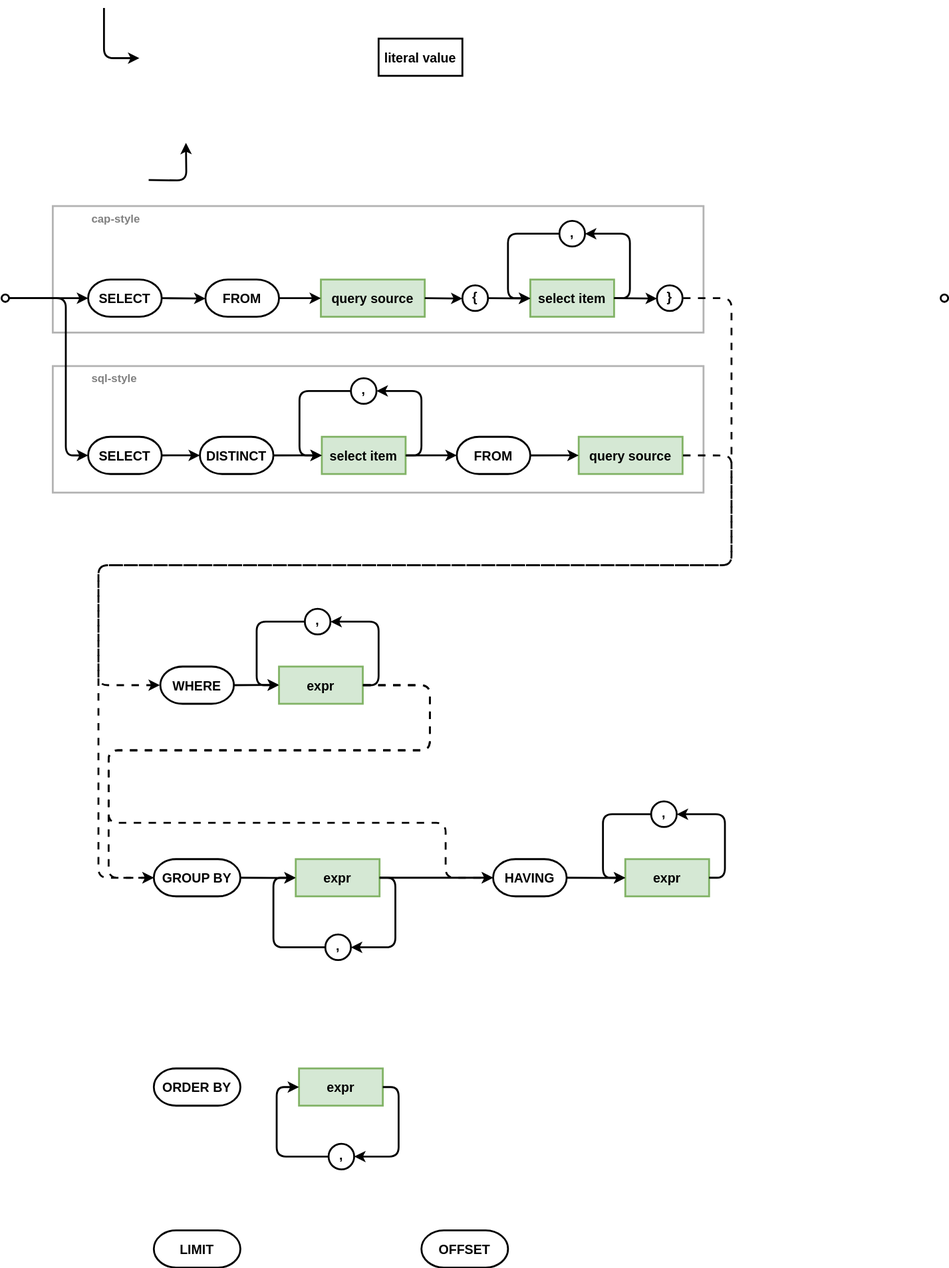
Earlier version of the draw.io export cds/assets/cql/select.drawio.svg (capire/docs). Source tidied: cells renumbered, new cells last; positions are measured from the earlier drawing's top-left corner, leaving out a move shared by most shapes.
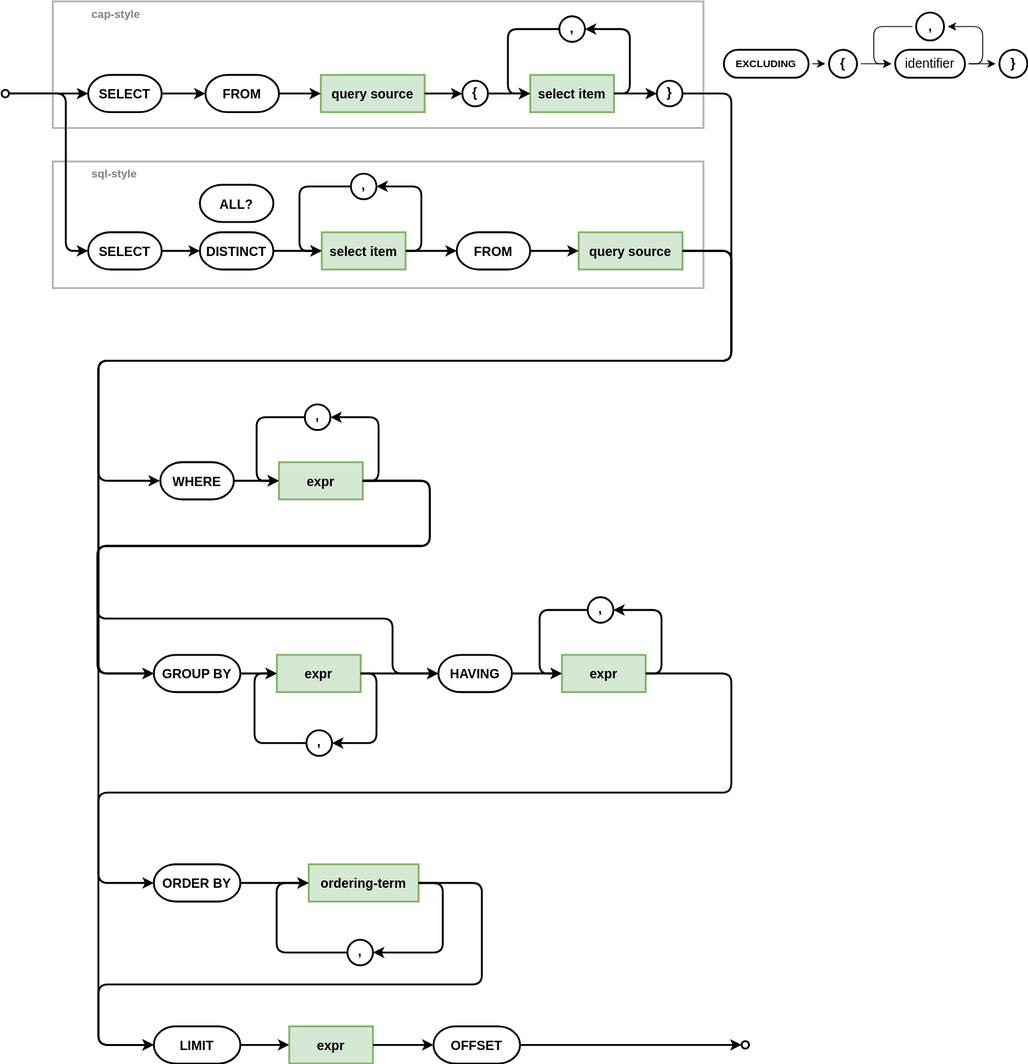
The same file after the commit.

Commit message:
select item and projection diagrams

Diff of the diagram source:
```diff
@@ -14,7 +14,4 @@
     <mxCell id="5" style="ellipse;textDirection=ltr;verticalAlign=middle;spacing=2;strokeWidth=2;fontSize=14;fontStyle=1;horizontal=1;labelBorderColor=none;textShadow=0;align=center;" parent="1" vertex="1">
-      <mxGeometry x="1008.8" y="308" width="8" height="8" as="geometry" />
+      <mxGeometry x="795" y="1330" width="8" height="8" as="geometry" />
     </mxCell>
-    <mxCell id="6" value="literal value" style="rounded=0;strokeWidth=2;arcSize=37;textDirection=ltr;verticalAlign=middle;spacing=2;fontSize=14;fontStyle=1;horizontal=1;labelBorderColor=none;textShadow=0;perimeterSpacing=0;fillStyle=auto;align=center;" parent="1" vertex="1">
-      <mxGeometry x="405" y="33" width="90" height="40" as="geometry" />
-    </mxCell>
     <mxCell id="7" value="}" style="ellipse;verticalAlign=middle;spacingBottom=4;textDirection=ltr;spacing=0;strokeWidth=2;fontSize=14;fontStyle=1;horizontal=1;labelBorderColor=none;textShadow=0;align=center;" parent="1" vertex="1">
@@ -59,11 +56,2 @@
     </mxCell>
-    <mxCell id="19" style="edgeStyle=elbowEdgeStyle;rounded=1;elbow=vertical;endArrow=classic;endFill=1;align=center;exitX=0.5;exitY=1;exitDx=0;exitDy=0;entryX=0;entryY=0.5;entryDx=0;entryDy=0;textDirection=ltr;verticalAlign=middle;spacing=2;strokeWidth=2;fontSize=14;fontStyle=1;horizontal=1;labelBorderColor=none;textShadow=0;" parent="1" edge="1">
-      <mxGeometry relative="1" as="geometry">
-        <mxPoint x="110" as="sourcePoint" />
-        <mxPoint x="148" y="54" as="targetPoint" />
-        <Array as="points">
-          <mxPoint x="135" y="54" />
-        </Array>
-      </mxGeometry>
-    </mxCell>
     <mxCell id="20" style="edgeStyle=elbowEdgeStyle;rounded=1;elbow=vertical;endArrow=classic;endFill=1;align=center;exitX=1;exitY=0.5;exitDx=0;exitDy=0;entryX=0;entryY=0.5;entryDx=0;entryDy=0;textDirection=ltr;verticalAlign=middle;spacing=2;strokeWidth=2;fontSize=14;fontStyle=1;horizontal=1;labelBorderColor=none;textShadow=0;" parent="1" edge="1" source="9" target="10">
@@ -101,10 +89,4 @@
     <mxCell id="28" value="HAVING" style="rounded=1;arcSize=60;strokeWidth=2;align=center;verticalAlign=middle;fontSize=14;fontStyle=1;" parent="1" vertex="1">
-      <mxGeometry x="528" y="915" width="79" height="40" as="geometry" />
+      <mxGeometry x="469.2" y="915" width="79" height="40" as="geometry" />
     </mxCell>
-    <mxCell id="29" style="edgeStyle=orthogonalEdgeStyle;rounded=1;orthogonalLoop=1;jettySize=auto;html=1;exitX=1;exitY=0.5;exitDx=0;exitDy=0;entryX=0;entryY=0.5;entryDx=0;entryDy=0;startArrow=none;startFill=0;endArrow=classic;endFill=1;startSize=6;endSize=6;align=center;fontSize=12;labelBackgroundColor=none;strokeWidth=2;" parent="1" edge="1">
-      <mxGeometry relative="1" as="geometry">
-        <mxPoint x="158" y="185" as="sourcePoint" />
-        <mxPoint x="198" y="145" as="targetPoint" />
-      </mxGeometry>
-    </mxCell>
     <mxCell id="30" value="DISTINCT" style="rounded=1;arcSize=60;strokeWidth=2;align=center;verticalAlign=middle;fontSize=14;fontStyle=1;" parent="1" vertex="1">
@@ -147,3 +129,3 @@
     </mxCell>
-    <mxCell id="37" style="edgeStyle=orthogonalEdgeStyle;rounded=1;jettySize=auto;html=1;entryX=0;entryY=0.5;entryDx=0;entryDy=0;startArrow=none;startFill=0;endArrow=classic;endFill=1;startSize=6;endSize=6;align=center;fontSize=12;labelBackgroundColor=none;strokeWidth=2;flowAnimation=1;exitX=1;exitY=0.5;exitDx=0;exitDy=0;" parent="1" edge="1" source="7">
+    <mxCell id="37" style="edgeStyle=orthogonalEdgeStyle;rounded=1;jettySize=auto;html=1;entryX=0;entryY=0.5;entryDx=0;entryDy=0;startArrow=none;startFill=0;endArrow=classic;endFill=1;startSize=6;endSize=6;align=center;fontSize=12;labelBackgroundColor=none;strokeWidth=2;flowAnimation=0;exitX=1;exitY=0.5;exitDx=0;exitDy=0;" parent="1" edge="1" source="7">
       <mxGeometry relative="1" as="geometry">
@@ -158,3 +140,3 @@
     </mxCell>
-    <mxCell id="38" style="edgeStyle=orthogonalEdgeStyle;rounded=1;jettySize=auto;html=1;exitX=1;exitY=0.5;exitDx=0;exitDy=0;entryX=0;entryY=0.5;entryDx=0;entryDy=0;startArrow=none;startFill=0;endArrow=classic;endFill=1;startSize=6;endSize=6;align=center;fontSize=12;labelBackgroundColor=none;strokeWidth=2;flowAnimation=1;" parent="1" edge="1" source="33" target="27">
+    <mxCell id="38" style="edgeStyle=orthogonalEdgeStyle;rounded=1;jettySize=auto;html=1;exitX=1;exitY=0.5;exitDx=0;exitDy=0;entryX=0;entryY=0.5;entryDx=0;entryDy=0;startArrow=none;startFill=0;endArrow=classic;endFill=1;startSize=6;endSize=6;align=center;fontSize=12;labelBackgroundColor=none;strokeWidth=2;flowAnimation=0;" parent="1" edge="1" source="33" target="27">
       <mxGeometry relative="1" as="geometry">
@@ -163,4 +145,4 @@
           <mxPoint x="460" y="798" />
-          <mxPoint x="115" y="798" />
-          <mxPoint x="115" y="935" />
+          <mxPoint x="103" y="798" />
+          <mxPoint x="103" y="935" />
         </Array>
@@ -168,3 +150,3 @@
     </mxCell>
-    <mxCell id="39" style="edgeStyle=orthogonalEdgeStyle;rounded=1;jettySize=auto;html=1;exitX=1;exitY=0.5;exitDx=0;exitDy=0;startArrow=none;startFill=0;endArrow=classic;endFill=1;startSize=6;endSize=6;align=center;fontSize=12;labelBackgroundColor=none;strokeWidth=2;entryX=0;entryY=0.5;entryDx=0;entryDy=0;flowAnimation=1;" parent="1" edge="1" source="15">
+    <mxCell id="39" style="edgeStyle=orthogonalEdgeStyle;rounded=1;jettySize=auto;html=1;exitX=1;exitY=0.5;exitDx=0;exitDy=0;startArrow=none;startFill=0;endArrow=classic;endFill=1;startSize=6;endSize=6;align=center;fontSize=12;labelBackgroundColor=none;strokeWidth=2;entryX=0;entryY=0.5;entryDx=0;entryDy=0;flowAnimation=0;" parent="1" edge="1" source="15">
       <mxGeometry relative="1" as="geometry">
@@ -179,3 +161,3 @@
     </mxCell>
-    <mxCell id="40" style="edgeStyle=orthogonalEdgeStyle;rounded=1;jettySize=auto;html=1;exitX=1;exitY=0.5;exitDx=0;exitDy=0;entryX=0;entryY=0.5;entryDx=0;entryDy=0;startArrow=none;startFill=0;endArrow=classic;endFill=1;startSize=6;endSize=6;align=center;fontSize=12;labelBackgroundColor=none;strokeWidth=2;flowAnimation=1;" parent="1" edge="1" source="33" target="28">
+    <mxCell id="40" style="edgeStyle=orthogonalEdgeStyle;rounded=1;jettySize=auto;html=1;exitX=1;exitY=0.5;exitDx=0;exitDy=0;entryX=0;entryY=0.5;entryDx=0;entryDy=0;startArrow=none;startFill=0;endArrow=classic;endFill=1;startSize=6;endSize=6;align=center;fontSize=12;labelBackgroundColor=none;strokeWidth=2;flowAnimation=0;" parent="1" edge="1" source="33" target="28">
       <mxGeometry relative="1" as="geometry">
@@ -184,6 +166,6 @@
           <mxPoint x="460" y="798" />
-          <mxPoint x="115" y="798" />
-          <mxPoint x="115" y="876" />
-          <mxPoint x="477" y="876" />
-          <mxPoint x="477" y="935" />
+          <mxPoint x="103" y="798" />
+          <mxPoint x="103" y="876" />
+          <mxPoint x="420" y="876" />
+          <mxPoint x="420" y="935" />
         </Array>
@@ -195,6 +177,6 @@
     <mxCell id="42" value="," style="ellipse;verticalAlign=middle;spacingBottom=4;textDirection=ltr;spacing=2;strokeWidth=2;fontSize=14;fontStyle=1;horizontal=1;labelBorderColor=none;textShadow=0;align=center;" parent="1" vertex="1">
-      <mxGeometry x="347.8" y="996" width="27.5" height="27.5" as="geometry" />
+      <mxGeometry x="327.5" y="996" width="27.5" height="27.5" as="geometry" />
     </mxCell>
     <mxCell id="43" value="expr" style="rounded=0;strokeWidth=2;arcSize=37;textDirection=ltr;verticalAlign=middle;spacing=2;fontSize=14;fontStyle=1;horizontal=1;labelBorderColor=none;textShadow=0;fillColor=#d5e8d4;strokeColor=#82b366;align=center;" parent="1" vertex="1">
-      <mxGeometry x="316" y="915" width="90" height="40" as="geometry" />
+      <mxGeometry x="295.8" y="915" width="90" height="40" as="geometry" />
     </mxCell>
@@ -203,3 +185,3 @@
         <Array as="points">
-          <mxPoint x="423" y="883" />
+          <mxPoint x="402.8" y="883" />
         </Array>
@@ -210,3 +192,3 @@
         <Array as="points">
-          <mxPoint x="292" y="909" />
+          <mxPoint x="271.8" y="909" />
         </Array>
@@ -215,6 +197,6 @@
     <mxCell id="46" value="," style="ellipse;verticalAlign=middle;spacingBottom=4;textDirection=ltr;spacing=2;strokeWidth=2;fontSize=14;fontStyle=1;horizontal=1;labelBorderColor=none;textShadow=0;align=center;" parent="1" vertex="1">
-      <mxGeometry x="697.8" y="853" width="27.5" height="27.5" as="geometry" />
+      <mxGeometry x="629.8" y="853" width="27.5" height="27.5" as="geometry" />
     </mxCell>
     <mxCell id="47" value="expr" style="rounded=0;strokeWidth=2;arcSize=37;textDirection=ltr;verticalAlign=middle;spacing=2;fontSize=14;fontStyle=1;horizontal=1;labelBorderColor=none;textShadow=0;fillColor=#d5e8d4;strokeColor=#82b366;align=center;" parent="1" vertex="1">
-      <mxGeometry x="670" y="915" width="90" height="40" as="geometry" />
+      <mxGeometry x="602" y="915" width="90" height="40" as="geometry" />
     </mxCell>
@@ -223,3 +205,3 @@
         <Array as="points">
-          <mxPoint x="777" y="883" />
+          <mxPoint x="709" y="883" />
         </Array>
@@ -230,3 +212,3 @@
         <Array as="points">
-          <mxPoint x="646" y="909" />
+          <mxPoint x="578" y="909" />
         </Array>
@@ -235,7 +217,3 @@
     <mxCell id="50" style="edgeStyle=elbowEdgeStyle;rounded=1;elbow=vertical;endArrow=classic;endFill=1;align=center;exitX=1;exitY=0.5;exitDx=0;exitDy=0;entryX=0;entryY=0.5;entryDx=0;entryDy=0;textDirection=ltr;verticalAlign=middle;spacing=2;strokeWidth=2;fontSize=14;fontStyle=1;horizontal=1;labelBorderColor=none;textShadow=0;" parent="1" edge="1" source="43" target="28">
-      <mxGeometry relative="1" as="geometry">
-        <Array as="points">
-          <mxPoint x="502" y="935" />
-        </Array>
-      </mxGeometry>
+      <mxGeometry relative="1" as="geometry" />
     </mxCell>
@@ -248,6 +226,6 @@
     <mxCell id="53" value="," style="ellipse;verticalAlign=middle;spacingBottom=4;textDirection=ltr;spacing=2;strokeWidth=2;fontSize=14;fontStyle=1;horizontal=1;labelBorderColor=none;textShadow=0;align=center;" parent="1" vertex="1">
-      <mxGeometry x="351.3" y="1221" width="27.5" height="27.5" as="geometry" />
+      <mxGeometry x="371.5" y="1221" width="27.5" height="27.5" as="geometry" />
     </mxCell>
-    <mxCell id="54" value="expr" style="rounded=0;strokeWidth=2;arcSize=37;textDirection=ltr;verticalAlign=middle;spacing=2;fontSize=14;fontStyle=1;horizontal=1;labelBorderColor=none;textShadow=0;fillColor=#d5e8d4;strokeColor=#82b366;align=center;" parent="1" vertex="1">
-      <mxGeometry x="319.5" y="1140" width="90" height="40" as="geometry" />
+    <mxCell id="54" value="ordering-term" style="rounded=0;strokeWidth=2;arcSize=37;textDirection=ltr;verticalAlign=middle;spacing=2;fontSize=14;fontStyle=1;horizontal=1;labelBorderColor=none;textShadow=0;fillColor=#d5e8d4;strokeColor=#82b366;align=center;" parent="1" vertex="1">
+      <mxGeometry x="330" y="1140" width="118" height="40" as="geometry" />
     </mxCell>
@@ -256,3 +234,3 @@
         <Array as="points">
-          <mxPoint x="426.5" y="1108" />
+          <mxPoint x="474" y="1200" />
         </Array>
@@ -271,3 +249,3 @@
     <mxCell id="58" value="OFFSET" style="rounded=1;arcSize=60;strokeWidth=2;align=center;verticalAlign=middle;fontSize=14;fontStyle=1;" parent="1" vertex="1">
-      <mxGeometry x="451" y="1314" width="93" height="40" as="geometry" />
+      <mxGeometry x="464" y="1314" width="93" height="40" as="geometry" />
     </mxCell>
@@ -307,2 +285,91 @@
     </mxCell>
+    <mxCell id="67" style="edgeStyle=orthogonalEdgeStyle;rounded=1;jettySize=auto;html=1;exitX=1;exitY=0.5;exitDx=0;exitDy=0;startArrow=none;startFill=0;endArrow=classic;endFill=1;startSize=6;endSize=6;align=center;fontSize=12;labelBackgroundColor=none;strokeWidth=2;entryX=0;entryY=0.5;entryDx=0;entryDy=0;flowAnimation=0;" parent="1" edge="1" target="52">
+      <mxGeometry relative="1" as="geometry">
+        <mxPoint x="732" y="481" as="sourcePoint" />
+        <Array as="points">
+          <mxPoint x="784" y="481" />
+          <mxPoint x="784" y="599" />
+          <mxPoint x="104" y="599" />
+          <mxPoint x="104" y="1160" />
+        </Array>
+      </mxGeometry>
+    </mxCell>
+    <mxCell id="68" style="edgeStyle=orthogonalEdgeStyle;rounded=1;jettySize=auto;html=1;exitX=1;exitY=0.5;exitDx=0;exitDy=0;entryX=0;entryY=0.5;entryDx=0;entryDy=0;startArrow=none;startFill=0;endArrow=classic;endFill=1;startSize=6;endSize=6;align=center;fontSize=12;labelBackgroundColor=none;strokeWidth=2;flowAnimation=0;" parent="1" edge="1" source="47" target="57">
+      <mxGeometry relative="1" as="geometry">
+        <Array as="points">
+          <mxPoint x="784" y="935" />
+          <mxPoint x="784" y="1063" />
+          <mxPoint x="104" y="1063" />
+          <mxPoint x="104" y="1334" />
+        </Array>
+      </mxGeometry>
+    </mxCell>
+    <mxCell id="69" value="ALL?" style="rounded=1;arcSize=60;strokeWidth=2;align=center;verticalAlign=middle;fontSize=14;fontStyle=1;" parent="1" vertex="1">
+      <mxGeometry x="213" y="410" width="79" height="40" as="geometry" />
+    </mxCell>
+    <mxCell id="70" value="expr" style="rounded=0;strokeWidth=2;arcSize=37;textDirection=ltr;verticalAlign=middle;spacing=2;fontSize=14;fontStyle=1;horizontal=1;labelBorderColor=none;textShadow=0;fillColor=#d5e8d4;strokeColor=#82b366;align=center;" parent="1" vertex="1">
+      <mxGeometry x="309" y="1314" width="90" height="40" as="geometry" />
+    </mxCell>
+    <mxCell id="71" style="edgeStyle=orthogonalEdgeStyle;rounded=1;jettySize=auto;html=1;exitX=1;exitY=0.5;exitDx=0;exitDy=0;startArrow=none;startFill=0;endArrow=classic;endFill=1;startSize=6;endSize=6;align=center;fontSize=12;labelBackgroundColor=none;strokeWidth=2;entryX=0;entryY=0.5;entryDx=0;entryDy=0;" parent="1" edge="1" source="58" target="5">
+      <mxGeometry relative="1" as="geometry" />
+    </mxCell>
+    <mxCell id="72" style="edgeStyle=orthogonalEdgeStyle;rounded=1;jettySize=auto;html=1;exitX=1;exitY=0.5;exitDx=0;exitDy=0;entryX=0;entryY=0.5;entryDx=0;entryDy=0;startArrow=none;startFill=0;endArrow=classic;endFill=1;startSize=6;endSize=6;align=center;fontSize=12;labelBackgroundColor=none;strokeWidth=2;flowAnimation=0;" parent="1" edge="1" source="54" target="57">
+      <mxGeometry relative="1" as="geometry">
+        <Array as="points">
+          <mxPoint x="516" y="1160" />
+          <mxPoint x="516" y="1269" />
+          <mxPoint x="104" y="1269" />
+          <mxPoint x="104" y="1334" />
+        </Array>
+      </mxGeometry>
+    </mxCell>
+    <mxCell id="73" style="edgeStyle=elbowEdgeStyle;rounded=1;elbow=vertical;endArrow=classic;endFill=1;align=center;entryX=0;entryY=0.5;entryDx=0;entryDy=0;textDirection=ltr;verticalAlign=middle;spacing=2;strokeWidth=2;fontSize=14;fontStyle=1;horizontal=1;labelBorderColor=none;textShadow=0;" parent="1" edge="1" target="54">
+      <mxGeometry relative="1" as="geometry">
+        <mxPoint x="257" y="1160" as="sourcePoint" />
+      </mxGeometry>
+    </mxCell>
+    <mxCell id="74" style="edgeStyle=elbowEdgeStyle;rounded=1;elbow=vertical;endArrow=classic;endFill=1;align=center;entryX=0;entryY=0.5;entryDx=0;entryDy=0;textDirection=ltr;verticalAlign=middle;spacing=2;strokeWidth=2;fontSize=14;fontStyle=1;horizontal=1;labelBorderColor=none;textShadow=0;exitX=1;exitY=0.5;exitDx=0;exitDy=0;" parent="1" edge="1" source="57" target="70">
+      <mxGeometry relative="1" as="geometry" />
+    </mxCell>
+    <mxCell id="75" style="edgeStyle=elbowEdgeStyle;rounded=1;elbow=vertical;endArrow=classic;endFill=1;align=center;entryX=0;entryY=0.5;entryDx=0;entryDy=0;textDirection=ltr;verticalAlign=middle;spacing=2;strokeWidth=2;fontSize=14;fontStyle=1;horizontal=1;labelBorderColor=none;textShadow=0;exitX=1;exitY=0.5;exitDx=0;exitDy=0;" parent="1" edge="1" source="70" target="58">
+      <mxGeometry relative="1" as="geometry" />
+    </mxCell>
+    <mxCell id="76" value="EXCLUDING" style="rounded=1;whiteSpace=wrap;html=1;strokeWidth=2;arcSize=50;fontSize=11;perimeterSpacing=4;fontStyle=1;" parent="1" vertex="1">
+      <mxGeometry x="776" y="265" width="91" height="30" as="geometry" />
+    </mxCell>
+    <mxCell id="77" value="&lt;b&gt;}&lt;/b&gt;" style="rounded=1;whiteSpace=wrap;html=1;strokeWidth=2;arcSize=50;fontSize=14;perimeterSpacing=4;" parent="1" vertex="1">
+      <mxGeometry x="1072" y="265" width="30" height="30" as="geometry" />
+    </mxCell>
+    <mxCell id="78" value="&lt;b&gt;{&lt;/b&gt;" style="rounded=1;whiteSpace=wrap;html=1;strokeWidth=2;arcSize=50;fontSize=14;perimeterSpacing=4;" parent="1" vertex="1">
+      <mxGeometry x="889" y="265" width="30" height="30" as="geometry" />
+    </mxCell>
+    <mxCell id="79" value="identifier" style="rounded=1;whiteSpace=wrap;html=1;strokeWidth=2;arcSize=50;fontSize=14;perimeterSpacing=4;" parent="1" vertex="1">
+      <mxGeometry x="960" y="265" width="75" height="30" as="geometry" />
+    </mxCell>
+    <mxCell id="80" value="&lt;b&gt;,&lt;/b&gt;" style="rounded=1;whiteSpace=wrap;html=1;strokeWidth=2;arcSize=50;fontSize=14;perimeterSpacing=4;" parent="1" vertex="1">
+      <mxGeometry x="982.5" y="225" width="30" height="30" as="geometry" />
+    </mxCell>
+    <mxCell id="81" style="edgeStyle=elbowEdgeStyle;rounded=1;jettySize=auto;html=1;curved=0;arcSize=20;entryX=1;entryY=0.5;entryDx=0;entryDy=0;exitX=1;exitY=0.5;exitDx=0;exitDy=0;" parent="1" edge="1" source="79" target="80">
+      <mxGeometry relative="1" as="geometry">
+        <Array as="points">
+          <mxPoint x="1054" y="261" />
+        </Array>
+      </mxGeometry>
+    </mxCell>
+    <mxCell id="82" style="edgeStyle=elbowEdgeStyle;rounded=1;jettySize=auto;html=1;curved=0;arcSize=20;exitX=0;exitY=0.5;exitDx=0;exitDy=0;entryX=0;entryY=0.5;entryDx=0;entryDy=0;" parent="1" edge="1" source="80" target="79">
+      <mxGeometry relative="1" as="geometry">
+        <Array as="points">
+          <mxPoint x="937" y="260" />
+        </Array>
+      </mxGeometry>
+    </mxCell>
+    <mxCell id="83" style="endArrow=classic;html=1;rounded=1;strokeColor=default;align=center;verticalAlign=middle;fontFamily=Helvetica;fontSize=14;fontColor=default;labelBackgroundColor=default;jumpStyle=gap;jumpSize=6;exitX=1;exitY=0.5;exitDx=0;exitDy=0;entryX=0;entryY=0.5;entryDx=0;entryDy=0;" parent="1" edge="1" source="76" target="78">
+      <mxGeometry relative="1" as="geometry" />
+    </mxCell>
+    <mxCell id="84" style="endArrow=classic;html=1;rounded=1;strokeColor=default;align=center;verticalAlign=middle;fontFamily=Helvetica;fontSize=14;fontColor=default;labelBackgroundColor=default;jumpStyle=gap;jumpSize=6;exitX=1;exitY=0.5;exitDx=0;exitDy=0;entryX=0;entryY=0.5;entryDx=0;entryDy=0;" parent="1" edge="1" source="78" target="79">
+      <mxGeometry relative="1" as="geometry" />
+    </mxCell>
+    <mxCell id="85" style="endArrow=classic;html=1;rounded=1;strokeColor=default;align=center;verticalAlign=middle;fontFamily=Helvetica;fontSize=14;fontColor=default;labelBackgroundColor=default;jumpStyle=gap;jumpSize=6;exitX=1;exitY=0.5;exitDx=0;exitDy=0;entryX=0;entryY=0.5;entryDx=0;entryDy=0;" parent="1" edge="1" source="79" target="77">
+      <mxGeometry relative="1" as="geometry" />
+    </mxCell>
   </root>
```
